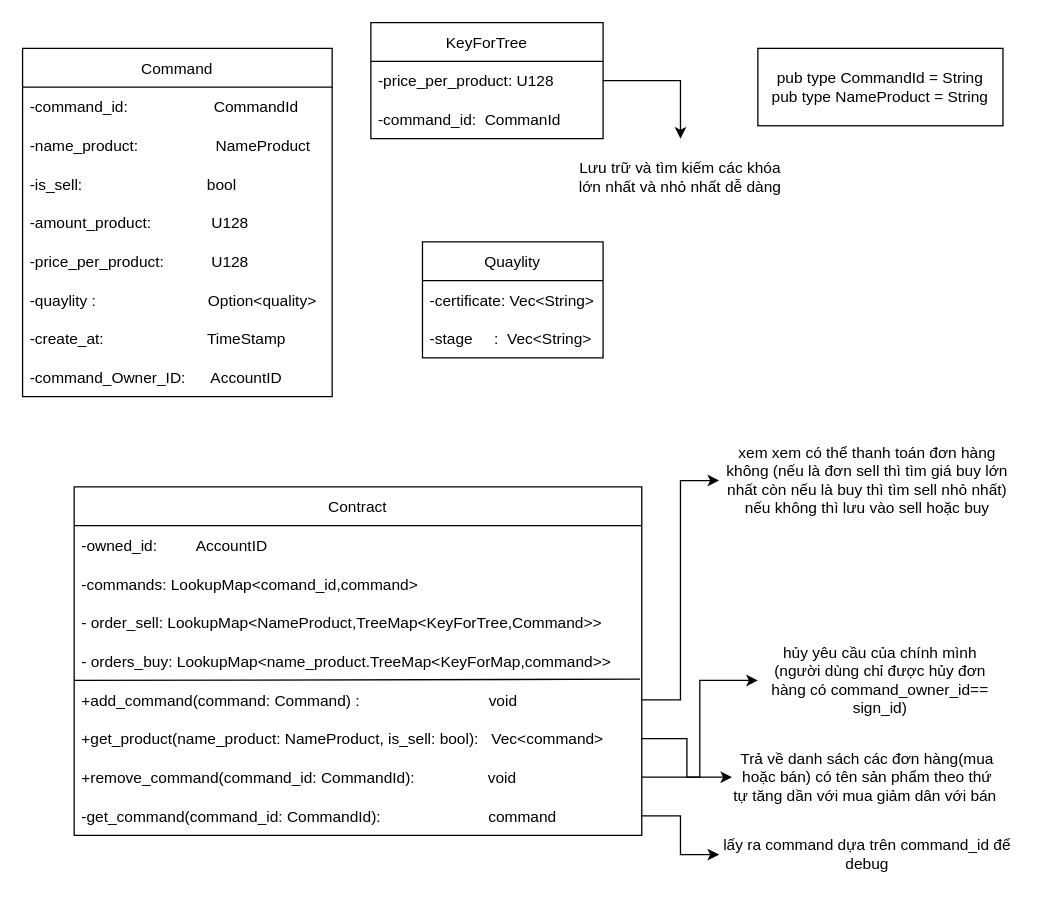
Above: So_do_thiet_ke_lop.drawio in LTBach/Blockchain_in_Manufacturing (draw.io), before the change. Source tidied: cells renumbered, new cells numbered last; positions are measured from the earlier drawing's top-left corner, leaving out a move shared by most shapes. Both pictures are drawn from the tidied source at 129%, with x=0, y=0 at pixel (22, 22).
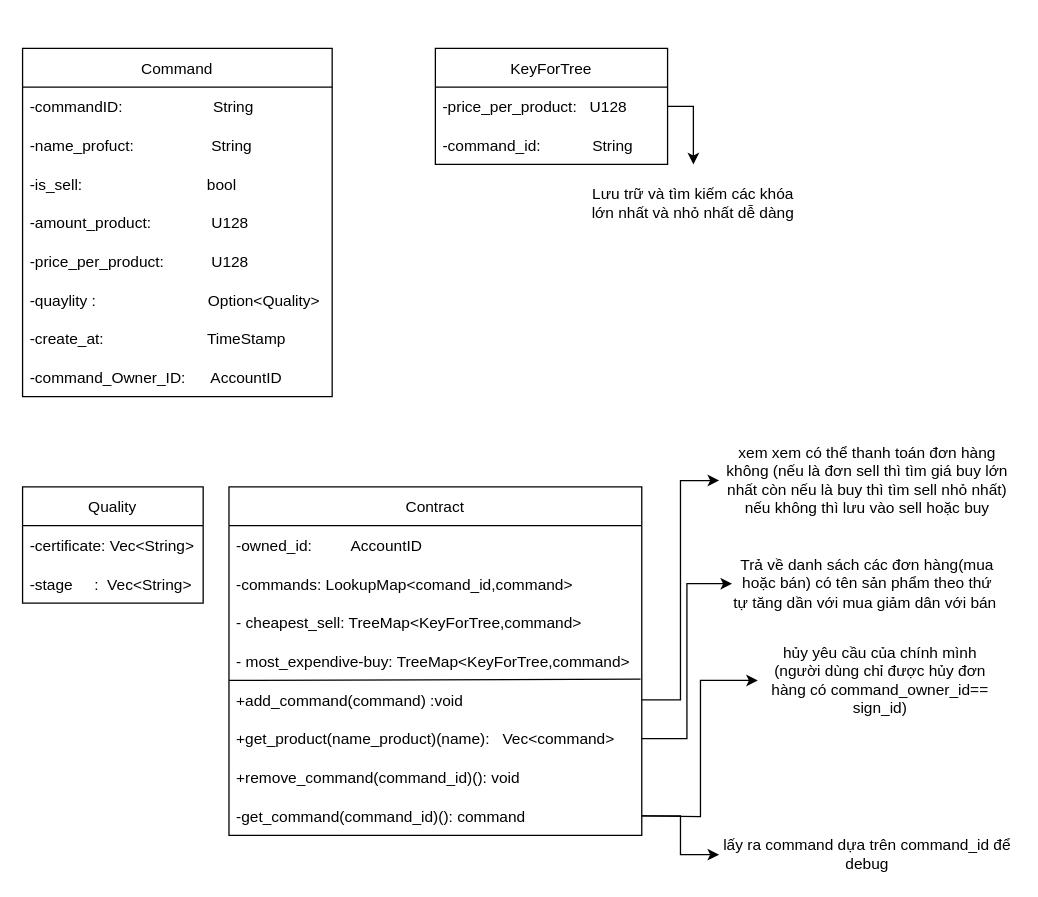
The same diagram, later.

The change refers to these unchanged cells:
```xml
<mxCell id="2" value="Command" style="swimlane;fontStyle=0;horizontal=1;startSize=30;" parent="1" vertex="1">
  <mxGeometry y="20" width="240" height="270" as="geometry" />
</mxCell>
<mxCell id="34" value="hủy yêu cầu của chính mình (người dùng chỉ được hủy đơn hàng có command_owner_id== sign_id)" style="text;html=1;strokeColor=none;fillColor=none;align=center;verticalAlign=middle;whiteSpace=wrap;rounded=0;" parent="1" vertex="1">
  <mxGeometry x="570" y="495" width="190" height="30" as="geometry" />
</mxCell>
```

Change to the diagram source:
```diff
@@
-    <mxCell id="3" value="-command_id:                    CommandId" style="text;strokeColor=none;fillColor=none;align=left;verticalAlign=middle;spacingLeft=4;spacingRight=4;overflow=hidden;" parent="2" vertex="1">
+    <mxCell id="3" value="-commandID:                     String" style="text;strokeColor=none;fillColor=none;align=left;verticalAlign=middle;spacingLeft=4;spacingRight=4;overflow=hidden;" parent="2" vertex="1">
       <mxGeometry y="30" width="240" height="30" as="geometry" />
     </mxCell>
-    <mxCell id="4" value="-name_product:                  NameProduct" style="text;strokeColor=none;fillColor=none;align=left;verticalAlign=middle;spacingLeft=4;spacingRight=4;overflow=hidden;" parent="2" vertex="1">
+    <mxCell id="4" value="-name_profuct:                  String" style="text;strokeColor=none;fillColor=none;align=left;verticalAlign=middle;spacingLeft=4;spacingRight=4;overflow=hidden;" parent="2" vertex="1">
       <mxGeometry y="60" width="240" height="30" as="geometry" />
     </mxCell>
@@
-    <mxCell id="8" value="-quaylity :                          Option&lt;quality&gt;" style="text;strokeColor=none;fillColor=none;align=left;verticalAlign=middle;spacingLeft=4;spacingRight=4;overflow=hidden;" parent="2" vertex="1">
+    <mxCell id="8" value="-quaylity :                          Option&lt;Quality&gt;" style="text;strokeColor=none;fillColor=none;align=left;verticalAlign=middle;spacingLeft=4;spacingRight=4;overflow=hidden;" parent="2" vertex="1">
       <mxGeometry y="180" width="240" height="30" as="geometry" />
     </mxCell>
@@
-    <mxCell id="11" value="Quaylity" style="swimlane;fontStyle=0;horizontal=1;startSize=30;" parent="1" vertex="1">
-      <mxGeometry x="310" y="170" width="140" height="90" as="geometry" />
+    <mxCell id="11" value="Quality" style="swimlane;fontStyle=0;horizontal=1;startSize=30;" parent="1" vertex="1">
+      <mxGeometry y="360" width="140" height="90" as="geometry" />
     </mxCell>
@@
     <mxCell id="14" value="Contract" style="swimlane;fontStyle=0;horizontal=1;startSize=30;" parent="1" vertex="1">
-      <mxGeometry x="40" y="360" width="440" height="270" as="geometry" />
+      <mxGeometry x="160" y="360" width="320" height="270" as="geometry" />
     </mxCell>
     <mxCell id="15" value="-owned_id:         AccountID" style="text;strokeColor=none;fillColor=none;align=left;verticalAlign=middle;spacingLeft=4;spacingRight=4;overflow=hidden;" parent="14" vertex="1">
-      <mxGeometry y="30" width="440" height="30" as="geometry" />
+      <mxGeometry y="30" width="320" height="30" as="geometry" />
     </mxCell>
     <mxCell id="16" value="-commands: LookupMap&lt;comand_id,command&gt;" style="text;strokeColor=none;fillColor=none;align=left;verticalAlign=middle;spacingLeft=4;spacingRight=4;overflow=hidden;" parent="14" vertex="1">
-      <mxGeometry y="60" width="440" height="30" as="geometry" />
+      <mxGeometry y="60" width="320" height="30" as="geometry" />
     </mxCell>
-    <mxCell id="17" value="- order_sell: LookupMap&lt;NameProduct,TreeMap&lt;KeyForTree,Command&gt;&gt;" style="text;strokeColor=none;fillColor=none;align=left;verticalAlign=middle;spacingLeft=4;spacingRight=4;overflow=hidden;" parent="14" vertex="1">
-      <mxGeometry y="90" width="440" height="30" as="geometry" />
+    <mxCell id="17" value="- cheapest_sell: TreeMap&lt;KeyForTree,command&gt;" style="text;strokeColor=none;fillColor=none;align=left;verticalAlign=middle;spacingLeft=4;spacingRight=4;overflow=hidden;" parent="14" vertex="1">
+      <mxGeometry y="90" width="320" height="30" as="geometry" />
     </mxCell>
-    <mxCell id="18" value="- orders_buy: LookupMap&lt;name_product.TreeMap&lt;KeyForMap,command&gt;&gt;" style="text;strokeColor=none;fillColor=none;align=left;verticalAlign=middle;spacingLeft=4;spacingRight=4;overflow=hidden;" parent="14" vertex="1">
-      <mxGeometry y="120" width="440" height="30" as="geometry" />
+    <mxCell id="18" value="- most_expendive-buy: TreeMap&lt;KeyForTree,command&gt;" style="text;strokeColor=none;fillColor=none;align=left;verticalAlign=middle;spacingLeft=4;spacingRight=4;overflow=hidden;" parent="14" vertex="1">
+      <mxGeometry y="120" width="320" height="30" as="geometry" />
     </mxCell>
-    <mxCell id="19" value="+add_command(command: Command) :                              void" style="text;strokeColor=none;fillColor=none;align=left;verticalAlign=middle;spacingLeft=4;spacingRight=4;overflow=hidden;points=[[0,0.5],[1,0.5]];portConstraint=eastwest;" parent="14" vertex="1">
-      <mxGeometry y="150" width="440" height="30" as="geometry" />
+    <mxCell id="19" value="+add_command(command) :void" style="text;strokeColor=none;fillColor=none;align=left;verticalAlign=middle;spacingLeft=4;spacingRight=4;overflow=hidden;points=[[0,0.5],[1,0.5]];portConstraint=eastwest;" parent="14" vertex="1">
+      <mxGeometry y="150" width="320" height="30" as="geometry" />
     </mxCell>
-    <mxCell id="20" value="+get_product(name_product: NameProduct, is_sell: bool):   Vec&lt;command&gt;" style="text;strokeColor=none;fillColor=none;align=left;verticalAlign=middle;spacingLeft=4;spacingRight=4;overflow=hidden;points=[[0,0.5],[1,0.5]];portConstraint=eastwest;" parent="14" vertex="1">
-      <mxGeometry y="180" width="440" height="30" as="geometry" />
+    <mxCell id="20" value="+get_product(name_product)(name):   Vec&lt;command&gt;" style="text;strokeColor=none;fillColor=none;align=left;verticalAlign=middle;spacingLeft=4;spacingRight=4;overflow=hidden;points=[[0,0.5],[1,0.5]];portConstraint=eastwest;" parent="14" vertex="1">
+      <mxGeometry y="180" width="320" height="30" as="geometry" />
     </mxCell>
-    <mxCell id="21" value="+remove_command(command_id: CommandId):                 void" style="text;strokeColor=none;fillColor=none;align=left;verticalAlign=middle;spacingLeft=4;spacingRight=4;overflow=hidden;points=[[0,0.5],[1,0.5]];portConstraint=eastwest;" parent="14" vertex="1">
-      <mxGeometry y="210" width="440" height="30" as="geometry" />
+    <mxCell id="21" value="+remove_command(command_id)(): void" style="text;strokeColor=none;fillColor=none;align=left;verticalAlign=middle;spacingLeft=4;spacingRight=4;overflow=hidden;points=[[0,0.5],[1,0.5]];portConstraint=eastwest;" parent="14" vertex="1">
+      <mxGeometry y="210" width="320" height="30" as="geometry" />
     </mxCell>
-    <mxCell id="22" value="-get_command(command_id: CommandId):                         command" style="text;strokeColor=none;fillColor=none;align=left;verticalAlign=middle;spacingLeft=4;spacingRight=4;overflow=hidden;points=[[0,0.5],[1,0.5]];portConstraint=eastwest;" parent="14" vertex="1">
-      <mxGeometry y="240" width="440" height="30" as="geometry" />
+    <mxCell id="22" value="-get_command(command_id)(): command" style="text;strokeColor=none;fillColor=none;align=left;verticalAlign=middle;spacingLeft=4;spacingRight=4;overflow=hidden;points=[[0,0.5],[1,0.5]];portConstraint=eastwest;" parent="14" vertex="1">
+      <mxGeometry y="240" width="320" height="30" as="geometry" />
     </mxCell>
@@
     <mxCell id="25" value="KeyForTree" style="swimlane;fontStyle=0;horizontal=1;startSize=30;" parent="1" vertex="1">
-      <mxGeometry x="270" width="180" height="90" as="geometry" />
+      <mxGeometry x="320" y="20" width="180" height="90" as="geometry" />
     </mxCell>
-    <mxCell id="26" value="-price_per_product: U128" style="text;strokeColor=none;fillColor=none;align=left;verticalAlign=middle;spacingLeft=4;spacingRight=4;overflow=hidden;points=[[0,0.5],[1,0.5]];portConstraint=eastwest;" parent="25" vertex="1">
+    <mxCell id="26" value="-price_per_product:   U128" style="text;strokeColor=none;fillColor=none;align=left;verticalAlign=middle;spacingLeft=4;spacingRight=4;overflow=hidden;points=[[0,0.5],[1,0.5]];portConstraint=eastwest;" parent="25" vertex="1">
       <mxGeometry y="30" width="180" height="30" as="geometry" />
     </mxCell>
-    <mxCell id="27" value="-command_id:  CommanId" style="text;strokeColor=none;fillColor=none;align=left;verticalAlign=middle;spacingLeft=4;spacingRight=4;overflow=hidden;" parent="25" vertex="1">
+    <mxCell id="27" value="-command_id:            String" style="text;strokeColor=none;fillColor=none;align=left;verticalAlign=middle;spacingLeft=4;spacingRight=4;overflow=hidden;" parent="25" vertex="1">
       <mxGeometry y="60" width="180" height="30" as="geometry" />
     </mxCell>
     <mxCell id="28" value="Lưu trữ và tìm kiếm các khóa lớn nhất và nhỏ nhất dễ dàng" style="text;html=1;strokeColor=none;fillColor=none;align=center;verticalAlign=middle;whiteSpace=wrap;rounded=0;" parent="1" vertex="1">
-      <mxGeometry x="430" y="90" width="160" height="60" as="geometry" />
+      <mxGeometry x="440" y="110" width="160" height="60" as="geometry" />
     </mxCell>
@@
     <mxCell id="32" value="Trả về danh sách các đơn hàng(mua hoặc bán) có tên sản phẩm theo thứ tự tăng dần với mua giảm dân với bán&amp;nbsp;" style="text;html=1;strokeColor=none;fillColor=none;align=center;verticalAlign=middle;whiteSpace=wrap;rounded=0;" parent="1" vertex="1">
-      <mxGeometry x="550" y="570" width="210" height="30" as="geometry" />
+      <mxGeometry x="550" y="420" width="210" height="30" as="geometry" />
     </mxCell>
@@
+    <mxCell id="39" style="edgeStyle=orthogonalEdgeStyle;rounded=0;jettySize=auto;html=1;exitX=1;exitY=0.5;exitDx=0;exitDy=0;entryX=0;entryY=0.5;entryDx=0;entryDy=0;" parent="1" edge="1" target="34">
+      <mxGeometry relative="1" as="geometry">
+        <mxPoint x="480" y="615" as="sourcePoint" />
+      </mxGeometry>
+    </mxCell>
@@
-    <mxCell id="37" value="pub type CommandId = String&lt;br&gt;pub type NameProduct = String" style="rounded=0;whiteSpace=wrap;html=1;" parent="1" vertex="1">
-      <mxGeometry x="570" y="20" width="190" height="60" as="geometry" />
-    </mxCell>
-    <mxCell id="38" style="edgeStyle=orthogonalEdgeStyle;rounded=0;jettySize=auto;html=1;exitX=1;exitY=0.5;exitDx=0;exitDy=0;entryX=0;entryY=0.5;entryDx=0;entryDy=0;" parent="1" edge="1" source="21" target="34">
-      <mxGeometry relative="1" as="geometry" />
-    </mxCell>
```
